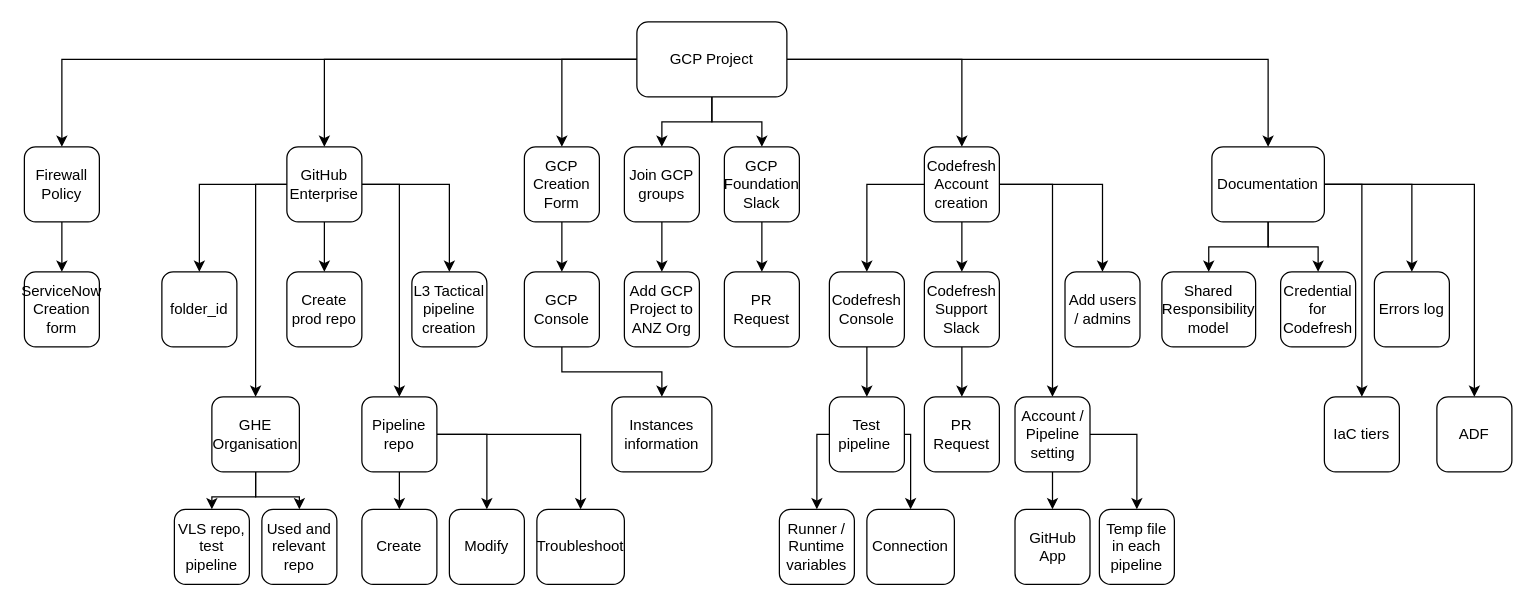
The draw.io diagram GCP .drawio in curiouscat-me/Dumb-Projects-for-Myself, before the edit. Source tidied: cells renumbered, new cells numbered last; positions are measured from the earlier drawing's top-left corner, leaving out a move shared by most shapes. Both pictures are drawn from the tidied source at 125%, with x=0, y=0 at pixel (24, 21).
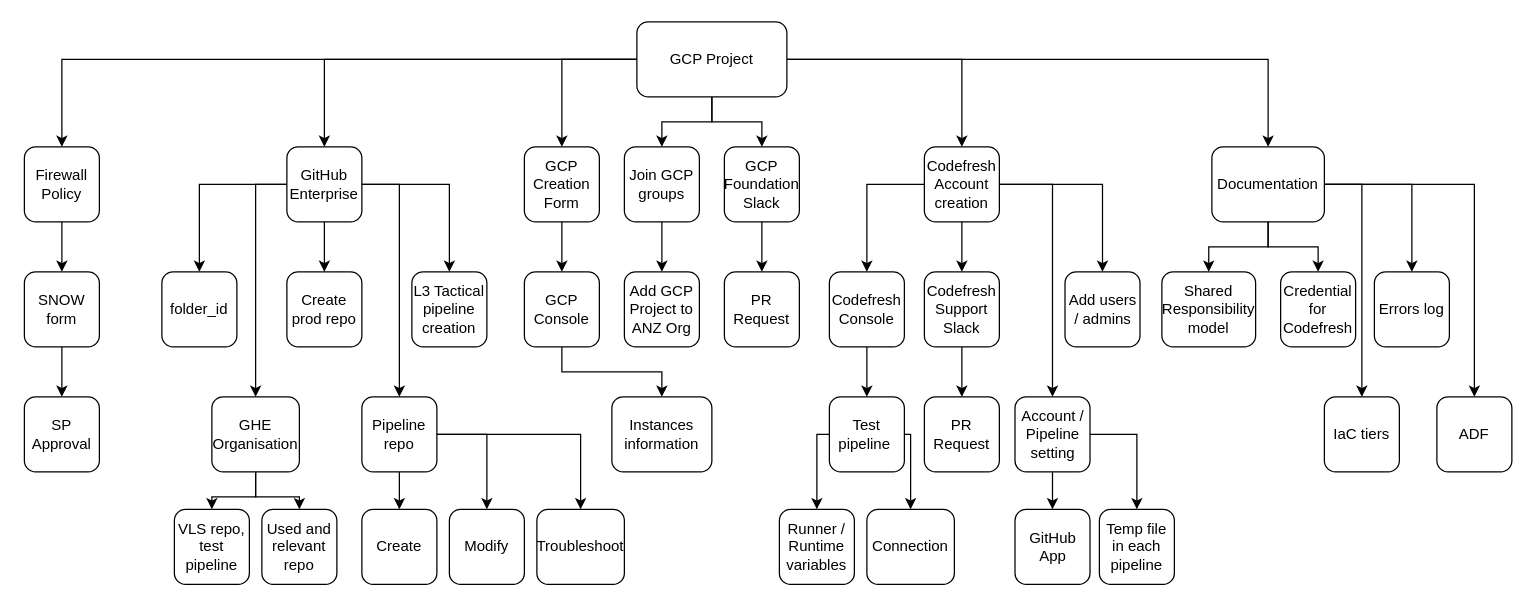
Above is the later version.

What changed in the source:
```diff
@@
+    <mxCell id="77" style="edgeStyle=orthogonalEdgeStyle;rounded=0;jettySize=auto;html=1;entryX=0.5;entryY=0;entryDx=0;entryDy=0;" parent="1" edge="1" source="76" target="78">
+      <mxGeometry relative="1" as="geometry" />
+    </mxCell>
-    <mxCell id="76" value="ServiceNow Creation form" style="rounded=1;whiteSpace=wrap;html=1;" parent="1" vertex="1">
+    <mxCell id="76" value="SNOW form" style="rounded=1;whiteSpace=wrap;html=1;" parent="1" vertex="1">
       <mxGeometry y="200" width="60" height="60" as="geometry" />
     </mxCell>
+    <mxCell id="78" value="SP Approval" style="rounded=1;whiteSpace=wrap;html=1;" parent="1" vertex="1">
+      <mxGeometry y="300" width="60" height="60" as="geometry" />
+    </mxCell>
```
